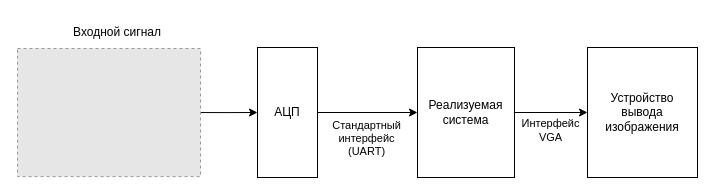
The draw.io diagram page "Приём входного сигнала" (5 of 6) of docs/block_diagram.drawio in trickybestia/function_plotter, before the edit. Source tidied: cells renumbered, new cells numbered last; positions are measured from the earlier drawing's top-left corner, leaving out a move shared by most shapes. Both pictures are drawn from the tidied source at 100%, with x=0, y=0 at pixel (17, 17). Pictures stored in the file or linked from it are replaced by grey dashed boxes.
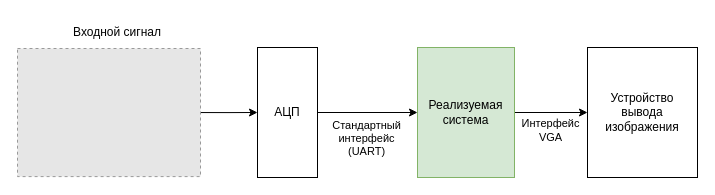
The same page after the edit.

Commit message:
Change color in block diagram

The edit, as a diff of the source:
```diff
@@
 <mxGraphModel>
   <root>
     <mxCell id="0" />
     <mxCell id="1" parent="0" />
     <mxCell id="2" style="edgeStyle=orthogonalEdgeStyle;rounded=0;jettySize=auto;html=1;exitX=1;exitY=0.5;exitDx=0;exitDy=0;entryX=0;entryY=0.5;entryDx=0;entryDy=0;" parent="1" edge="1" source="4" target="9">
       <mxGeometry relative="1" as="geometry" />
     </mxCell>
     <mxCell id="3" value="Стандартный&lt;div&gt;интерфейс&lt;/div&gt;&lt;div&gt;(UART)&lt;/div&gt;" style="edgeLabel;html=1;align=center;verticalAlign=middle;" parent="2" vertex="1">
       <mxGeometry x="-0.02" y="-3" relative="1" as="geometry">
         <mxPoint x="-1" y="22" as="offset" />
       </mxGeometry>
     </mxCell>
     <mxCell id="4" value="АЦП" style="rounded=0;whiteSpace=wrap;html=1;" parent="1" vertex="1">
       <mxGeometry x="240" y="30" width="60" height="130" as="geometry" />
     </mxCell>
     <mxCell id="5" style="edgeStyle=orthogonalEdgeStyle;rounded=0;jettySize=auto;html=1;exitX=1;exitY=0.5;exitDx=0;exitDy=0;entryX=0;entryY=0.5;entryDx=0;entryDy=0;" parent="1" edge="1" source="6" target="4">
       <mxGeometry relative="1" as="geometry" />
     </mxCell>
     <mxCell id="6" style="fillColor=#E6E6E6;strokeColor=#999999;dashed=1;verticalLabelPosition=bottom;labelBackgroundColor=default;verticalAlign=top;" parent="1" vertex="1">
       <mxGeometry y="31" width="183" height="128.1" as="geometry" />
     </mxCell>
     <mxCell id="7" style="edgeStyle=orthogonalEdgeStyle;rounded=0;jettySize=auto;html=1;exitX=1;exitY=0.5;exitDx=0;exitDy=0;entryX=0;entryY=0.5;entryDx=0;entryDy=0;" parent="1" edge="1" source="9" target="10">
       <mxGeometry relative="1" as="geometry" />
     </mxCell>
     <mxCell id="8" value="Интерфейс&lt;div&gt;VGA&lt;/div&gt;" style="edgeLabel;html=1;align=center;verticalAlign=middle;" parent="7" vertex="1">
       <mxGeometry x="-0.05" y="2" relative="1" as="geometry">
         <mxPoint y="19" as="offset" />
       </mxGeometry>
     </mxCell>
-    <mxCell id="9" value="Реализуемая система" style="rounded=0;whiteSpace=wrap;html=1;" parent="1" vertex="1">
+    <mxCell id="9" value="Реализуемая система" style="rounded=0;whiteSpace=wrap;html=1;fillColor=#d5e8d4;strokeColor=#82b366;" parent="1" vertex="1">
       <mxGeometry x="400" y="30" width="97" height="130" as="geometry" />
     </mxCell>
     <mxCell id="10" value="Устройство&lt;div&gt;вывода изображения&lt;/div&gt;" style="rounded=0;whiteSpace=wrap;html=1;" parent="1" vertex="1">
       <mxGeometry x="570" y="30" width="110" height="130" as="geometry" />
     </mxCell>
     <mxCell id="11" value="Входной сигнал" style="text;html=1;whiteSpace=wrap;strokeColor=none;fillColor=none;align=center;verticalAlign=middle;rounded=0;" parent="1" vertex="1">
       <mxGeometry x="50" width="100" height="30" as="geometry" />
     </mxCell>
   </root>
 </mxGraphModel>
```
